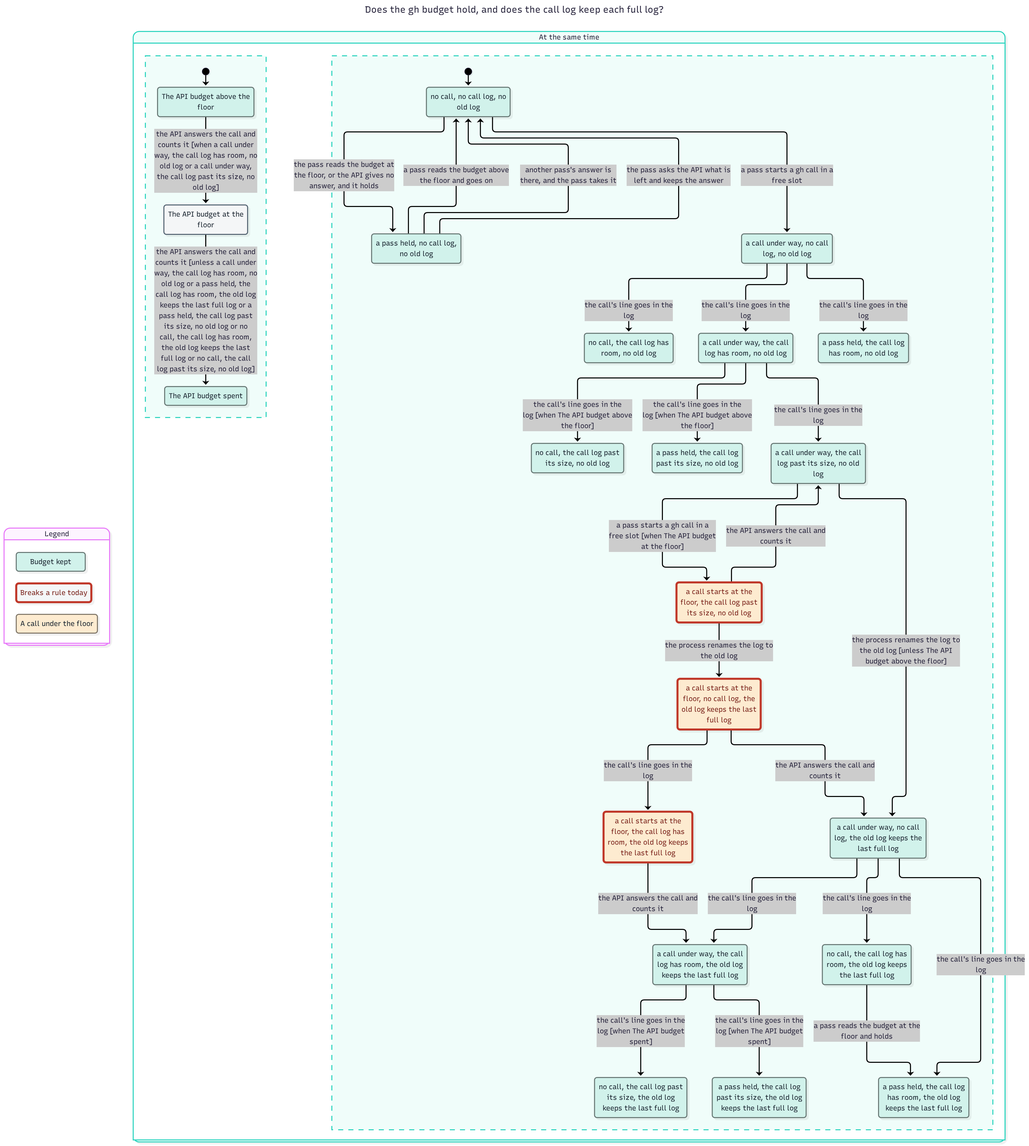
This is features/jsettings/spec/GhBudget-statechart/chart.png from JoshuaHayesWasHere/jstack, a Mermaid export, as it was before one commit. Its source is kept beside it as features/jsettings/spec/GhBudget-statechart/chart.mmd.
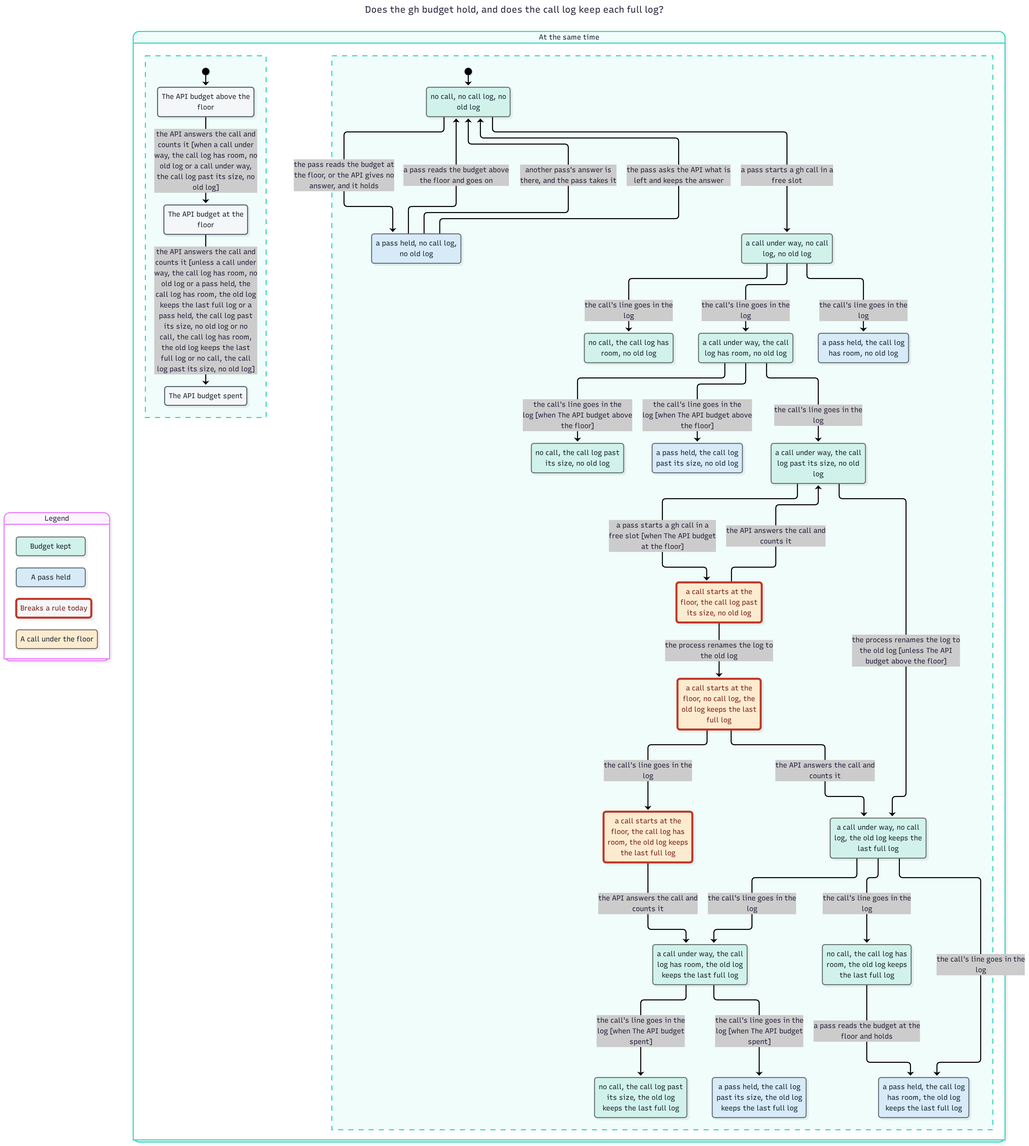
Above is the later version.

Commit message:
fix(jsettings): GhBudget's chart puts a held pass in a group of its own, so no group holds over 15 states

Diff of the diagram source:
```diff
@@ -9,15 +9,18 @@
   classDef plain fill:#f4f6f7,stroke:#566573,color:#1b2631
   classDef plainWrong fill:#f4f6f7,stroke:#c0392b,stroke-width:4px,color:#7b241c
   classDef group0 fill:#d1f2eb,stroke:#697976,color:#1b2631
-  classDef group1 fill:#fdebd0,stroke:#7f7668,color:#1b2631
-  classDef group1Wrong fill:#fdebd0,stroke:#c0392b,stroke-width:4px,color:#7b241c
+  classDef group1 fill:#d6eaf8,stroke:#6b757c,color:#1b2631
+  classDef group2 fill:#fdebd0,stroke:#7f7668,color:#1b2631
+  classDef group2Wrong fill:#fdebd0,stroke:#c0392b,stroke-width:4px,color:#7b241c
   state "Legend" as legend {
     state "Budget kept" as legendGroup0
-    state "A call under the floor" as legendGroup1
+    state "A pass held" as legendGroup1
+    state "A call under the floor" as legendGroup2
     state "Breaks a rule today" as legendWrong
   }
   class legendGroup0 group0
   class legendGroup1 group1
+  class legendGroup2 group2
   class legendWrong plainWrong
   state "At the same time" as regions {
     [*] --> r0s0
@@ -71,22 +74,22 @@
     r1s13 --> r1s8 : the pass reads the budget at<br/>the floor, or the API gives no<br/>answer, and it holds
     r1s15 --> r1s10 : a pass reads the budget at the<br/>floor and holds
   }
-  class r0s0 group0
+  class r0s0 plain
   class r0s1 plain
-  class r0s2 group0
-  class r1s0 group1Wrong
-  class r1s1 group1Wrong
-  class r1s2 group1Wrong
+  class r0s2 plain
+  class r1s0 group2Wrong
+  class r1s1 group2Wrong
+  class r1s2 group2Wrong
   class r1s3 group0
   class r1s4 group0
   class r1s5 group0
   class r1s6 group0
   class r1s7 group0
-  class r1s8 group0
-  class r1s9 group0
-  class r1s10 group0
-  class r1s11 group0
-  class r1s12 group0
+  class r1s8 group1
+  class r1s9 group1
+  class r1s10 group1
+  class r1s11 group1
+  class r1s12 group1
   class r1s13 group0
   class r1s14 group0
   class r1s15 group0
```
